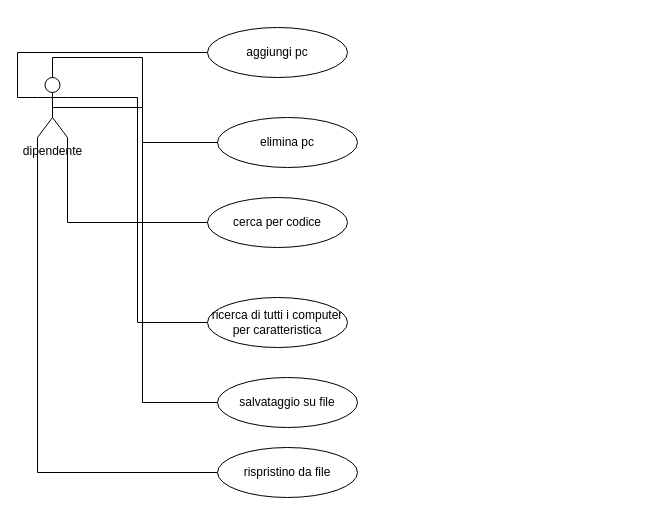
Before: es20.drawio in LuciaFornasier/lucia_fornasiertpsites, a draw.io diagram. Source tidied: cells renumbered, new cells numbered last; positions are measured from the earlier drawing's top-left corner, leaving out a move shared by most shapes. Both pictures are drawn from the tidied source at 100%, with x=0, y=0 at pixel (37, 27).
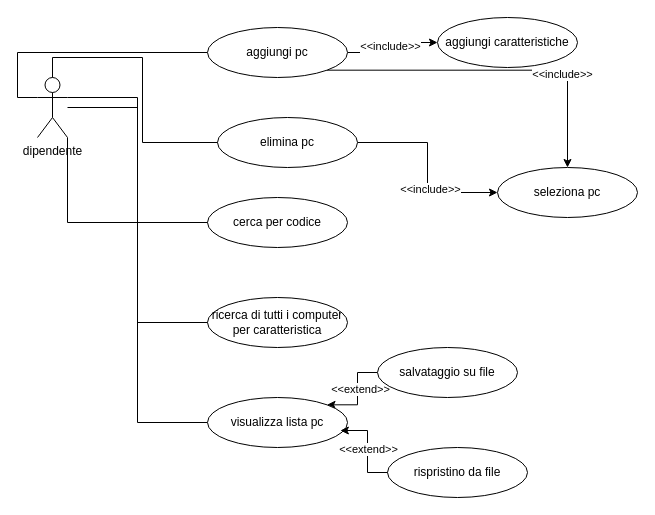
After the change.

The change refers to these unchanged cells:
```xml
<mxCell id="5" value="dipendente" style="shape=umlActor;verticalLabelPosition=bottom;verticalAlign=top;html=1;outlineConnect=0;" parent="1" vertex="1">
  <mxGeometry y="50" width="30" height="60" as="geometry" />
</mxCell>
<mxCell id="6" value="aggiungi pc" style="ellipse;whiteSpace=wrap;html=1;shapeInside=1;" parent="1" vertex="1">
  <mxGeometry x="170" width="140" height="50" as="geometry" />
</mxCell>
<mxCell id="7" value="&lt;div&gt;elimina pc&lt;/div&gt;" style="ellipse;whiteSpace=wrap;html=1;shapeInside=1;" parent="1" vertex="1">
  <mxGeometry x="180" y="90" width="140" height="50" as="geometry" />
</mxCell>
```

Change to the diagram source:
```diff
@@
-    <mxCell id="2" style="edgeStyle=orthogonalEdgeStyle;rounded=0;jettySize=auto;html=1;exitX=0.5;exitY=0.5;exitDx=0;exitDy=0;exitPerimeter=0;entryX=0;entryY=0.5;entryDx=0;entryDy=0;defaultLabelBackgroundColor=gap;endArrow=none;endFill=0;" parent="1" edge="1" source="5" target="10">
-      <mxGeometry relative="1" as="geometry" />
-    </mxCell>
@@
-    <mxCell id="4" style="edgeStyle=orthogonalEdgeStyle;rounded=0;jettySize=auto;html=1;exitX=0;exitY=1;exitDx=0;exitDy=0;exitPerimeter=0;entryX=0;entryY=0.5;entryDx=0;entryDy=0;defaultLabelBackgroundColor=gap;endArrow=none;endFill=0;" parent="1" edge="1" source="5" target="11">
-      <mxGeometry relative="1" as="geometry" />
-    </mxCell>
+    <mxCell id="15" style="edgeStyle=orthogonalEdgeStyle;rounded=0;jettySize=auto;html=1;defaultLabelBackgroundColor=gap;entryX=0;entryY=0.5;entryDx=0;entryDy=0;endArrow=none;endFill=0;" parent="1" edge="1" source="5" target="25">
+      <mxGeometry relative="1" as="geometry" />
+    </mxCell>
@@
+    <mxCell id="16" style="edgeStyle=orthogonalEdgeStyle;rounded=0;jettySize=auto;html=1;exitX=1;exitY=0.5;exitDx=0;exitDy=0;entryX=0;entryY=0.5;entryDx=0;entryDy=0;defaultLabelBackgroundColor=gap;" parent="1" edge="1" source="6" target="24">
+      <mxGeometry relative="1" as="geometry" />
+    </mxCell>
+    <mxCell id="17" value="&amp;lt;&amp;lt;include&amp;gt;&amp;gt;" style="edgeLabel;html=1;align=center;verticalAlign=middle;defaultLabelBackgroundColor=gap;" parent="16" vertex="1">
+      <mxGeometry x="0.04" y="3" relative="1" as="geometry" />
+    </mxCell>
+    <mxCell id="18" style="edgeStyle=orthogonalEdgeStyle;rounded=0;jettySize=auto;html=1;exitX=1;exitY=1;exitDx=0;exitDy=0;defaultLabelBackgroundColor=gap;" parent="1" edge="1" source="6" target="28">
+      <mxGeometry relative="1" as="geometry" />
+    </mxCell>
+    <mxCell id="19" value="&amp;lt;&amp;lt;include&amp;gt;&amp;gt;" style="edgeLabel;html=1;align=center;verticalAlign=middle;defaultLabelBackgroundColor=gap;" parent="18" vertex="1">
+      <mxGeometry x="0.39" y="-4" relative="1" as="geometry" />
+    </mxCell>
@@
+    <mxCell id="20" style="edgeStyle=orthogonalEdgeStyle;rounded=0;jettySize=auto;html=1;exitX=1;exitY=0.5;exitDx=0;exitDy=0;defaultLabelBackgroundColor=gap;" parent="1" edge="1" source="7" target="28">
+      <mxGeometry relative="1" as="geometry" />
+    </mxCell>
+    <mxCell id="21" value="&amp;lt;&amp;lt;include&amp;gt;&amp;gt;" style="edgeLabel;html=1;align=center;verticalAlign=middle;defaultLabelBackgroundColor=gap;" parent="20" vertex="1">
+      <mxGeometry x="0.22" y="2" relative="1" as="geometry" />
+    </mxCell>
@@
+    <mxCell id="22" style="edgeStyle=orthogonalEdgeStyle;rounded=0;jettySize=auto;html=1;exitX=0;exitY=0.5;exitDx=0;exitDy=0;entryX=1;entryY=0;entryDx=0;entryDy=0;defaultLabelBackgroundColor=gap;" parent="1" edge="1" source="10" target="25">
+      <mxGeometry relative="1" as="geometry" />
+    </mxCell>
+    <mxCell id="23" value="&amp;lt;&amp;lt;extend&amp;gt;&amp;gt;" style="edgeLabel;html=1;align=center;verticalAlign=middle;defaultLabelBackgroundColor=gap;" parent="22" vertex="1">
+      <mxGeometry x="-0.13" y="2" relative="1" as="geometry" />
+    </mxCell>
     <mxCell id="10" value="&lt;div&gt;salvataggio su file&lt;/div&gt;" style="ellipse;whiteSpace=wrap;html=1;shapeInside=1;" parent="1" vertex="1">
-      <mxGeometry x="180" y="350" width="140" height="50" as="geometry" />
+      <mxGeometry x="340" y="320" width="140" height="50" as="geometry" />
     </mxCell>
     <mxCell id="11" value="rispristino da file" style="ellipse;whiteSpace=wrap;html=1;shapeInside=1;" parent="1" vertex="1">
-      <mxGeometry x="180" y="420" width="140" height="50" as="geometry" />
+      <mxGeometry x="350" y="420" width="140" height="50" as="geometry" />
     </mxCell>
@@
+    <mxCell id="24" value="aggiungi caratteristiche" style="ellipse;whiteSpace=wrap;html=1;shapeInside=1;" parent="1" vertex="1">
+      <mxGeometry x="400" y="-10" width="140" height="50" as="geometry" />
+    </mxCell>
+    <mxCell id="25" value="visualizza lista pc" style="ellipse;whiteSpace=wrap;html=1;shapeInside=1;" parent="1" vertex="1">
+      <mxGeometry x="170" y="370" width="140" height="50" as="geometry" />
+    </mxCell>
+    <mxCell id="26" style="edgeStyle=orthogonalEdgeStyle;rounded=0;jettySize=auto;html=1;exitX=0;exitY=0.5;exitDx=0;exitDy=0;entryX=0.949;entryY=0.66;entryDx=0;entryDy=0;entryPerimeter=0;defaultLabelBackgroundColor=gap;" parent="1" edge="1" source="11" target="25">
+      <mxGeometry relative="1" as="geometry" />
+    </mxCell>
+    <mxCell id="27" value="&amp;lt;&amp;lt;extend&amp;gt;&amp;gt;" style="edgeLabel;html=1;align=center;verticalAlign=middle;defaultLabelBackgroundColor=gap;" parent="26" vertex="1">
+      <mxGeometry x="-0.01" relative="1" as="geometry" />
+    </mxCell>
+    <mxCell id="28" value="seleziona pc" style="ellipse;whiteSpace=wrap;html=1;shapeInside=1;" parent="1" vertex="1">
+      <mxGeometry x="460" y="140" width="140" height="50" as="geometry" />
+    </mxCell>
```
